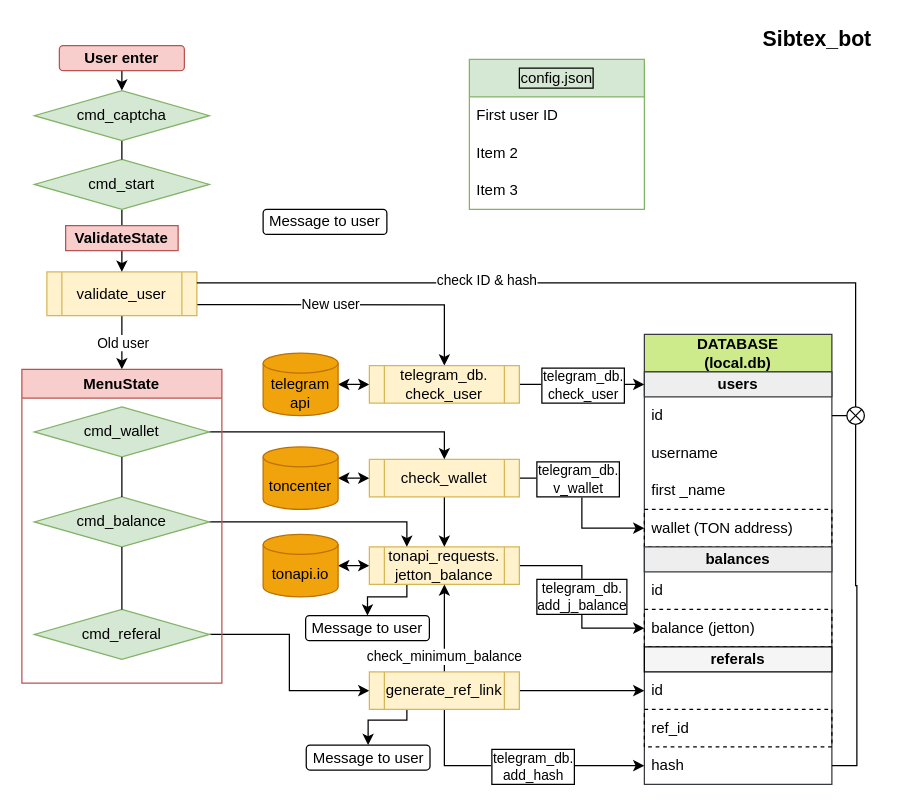
traptor/Sibton keeps this draw.io diagram as sibtex_bot.drawio. Above is the earlier version. Source tidied: cells renumbered, new cells numbered last; positions are measured from the earlier drawing's top-left corner, leaving out a move shared by most shapes. Both pictures are drawn from the tidied source at 125%, with x=0, y=0 at pixel (21, 21).
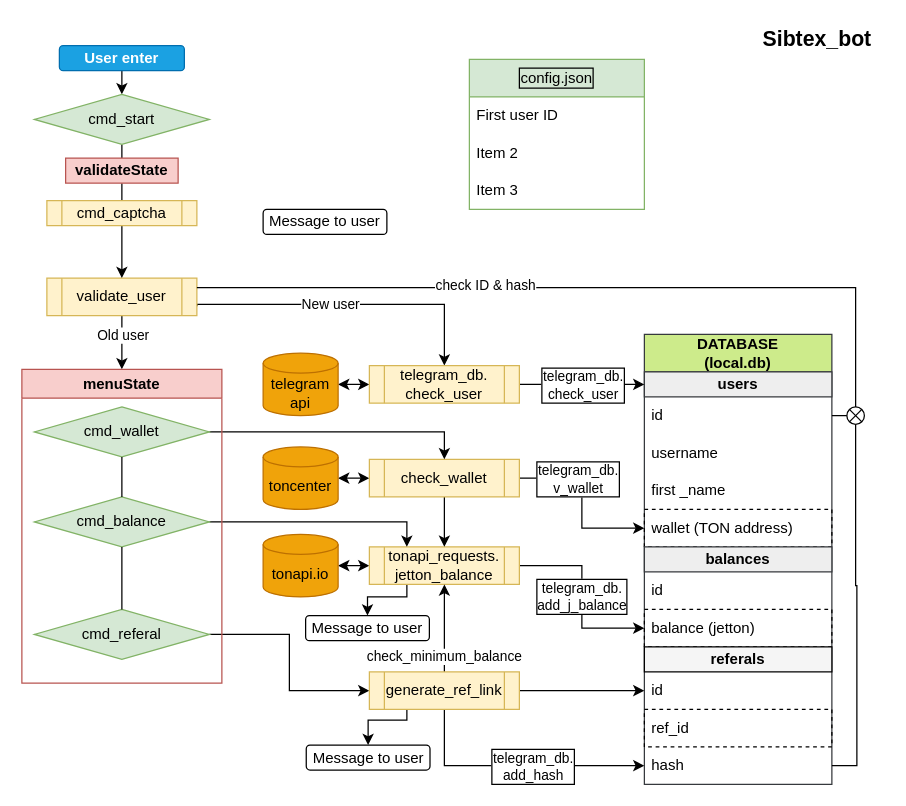
After the change.

The change refers to these unchanged cells:
```xml
<mxCell id="6" style="edgeStyle=orthogonalEdgeStyle;rounded=0;jettySize=auto;html=1;fontColor=#000000;startArrow=none;exitX=0.5;exitY=1;exitDx=0;exitDy=0;" parent="1" edge="1" source="59" target="67">
  <mxGeometry relative="1" as="geometry" />
</mxCell>
```

Change to the diagram source:
```diff
@@
-    <mxCell id="2" style="edgeStyle=orthogonalEdgeStyle;rounded=0;jettySize=auto;html=1;exitX=0.5;exitY=1;exitDx=0;exitDy=0;entryX=0.5;entryY=0;entryDx=0;entryDy=0;" parent="1" edge="1" source="3" target="53">
+    <mxCell id="2" style="edgeStyle=orthogonalEdgeStyle;rounded=0;jettySize=auto;html=1;exitX=0.5;exitY=1;exitDx=0;exitDy=0;entryX=0.5;entryY=0;entryDx=0;entryDy=0;" parent="1" edge="1" source="3" target="9">
       <mxGeometry relative="1" as="geometry" />
     </mxCell>
-    <mxCell id="3" value="&lt;b&gt;User enter&lt;/b&gt;" style="rounded=1;whiteSpace=wrap;html=1;fillColor=#f8cecc;strokeColor=#b85450;" parent="1" vertex="1">
+    <mxCell id="3" value="&lt;b&gt;User enter&lt;/b&gt;" style="rounded=1;whiteSpace=wrap;html=1;fillColor=#1ba1e2;strokeColor=#006EAF;fontColor=#ffffff;" parent="1" vertex="1">
       <mxGeometry x="30" y="19" width="100" height="20" as="geometry" />
     </mxCell>
@@
     <mxCell id="7" value="Old user" style="edgeLabel;html=1;align=center;verticalAlign=middle;fontColor=#000000;" parent="6" vertex="1">
       <mxGeometry x="0.03" y="3" relative="1" as="geometry">
-        <mxPoint x="-3" y="-1" as="offset" />
+        <mxPoint x="-3" y="-7" as="offset" />
       </mxGeometry>
     </mxCell>
-    <mxCell id="8" style="edgeStyle=orthogonalEdgeStyle;rounded=0;jettySize=auto;html=1;exitX=0.5;exitY=1;exitDx=0;exitDy=0;entryX=0.5;entryY=0;entryDx=0;entryDy=0;endArrow=none;endFill=0;" parent="1" edge="1" source="9" target="61">
+    <mxCell id="8" style="edgeStyle=elbowEdgeStyle;rounded=0;jettySize=auto;html=1;exitX=0.5;exitY=1;exitDx=0;exitDy=0;entryX=0.5;entryY=0;entryDx=0;entryDy=0;fontColor=#000000;endArrow=none;endFill=0;" parent="1" edge="1" source="9" target="61">
       <mxGeometry relative="1" as="geometry" />
     </mxCell>
     <mxCell id="9" value="cmd_start" style="rhombus;whiteSpace=wrap;html=1;labelBackgroundColor=none;labelBorderColor=none;fillColor=#d5e8d4;strokeColor=#82b366;" parent="1" vertex="1">
-      <mxGeometry x="10" y="110" width="140" height="40" as="geometry" />
+      <mxGeometry x="10" y="58" width="140" height="40" as="geometry" />
     </mxCell>
@@
-    <mxCell id="52" style="edgeStyle=orthogonalEdgeStyle;rounded=0;jettySize=auto;html=1;exitX=0.5;exitY=1;exitDx=0;exitDy=0;entryX=0.5;entryY=0;entryDx=0;entryDy=0;endArrow=none;endFill=0;" parent="1" edge="1" source="53" target="9">
-      <mxGeometry relative="1" as="geometry" />
-    </mxCell>
-    <mxCell id="53" value="cmd_captcha" style="rhombus;whiteSpace=wrap;html=1;labelBackgroundColor=none;labelBorderColor=none;fillColor=#d5e8d4;strokeColor=#82b366;" parent="1" vertex="1">
-      <mxGeometry x="10" y="55" width="140" height="40" as="geometry" />
-    </mxCell>
@@
     <mxCell id="59" value="validate_user" style="shape=process;whiteSpace=wrap;html=1;backgroundOutline=1;labelBorderColor=none;strokeColor=#d6b656;fillColor=#fff2cc;" parent="1" vertex="1">
-      <mxGeometry x="20" y="200" width="120" height="35" as="geometry" />
+      <mxGeometry x="20" y="205" width="120" height="30" as="geometry" />
     </mxCell>
-    <mxCell id="60" style="edgeStyle=orthogonalEdgeStyle;rounded=0;jettySize=auto;html=1;exitX=0.5;exitY=1;exitDx=0;exitDy=0;entryX=0.5;entryY=0;entryDx=0;entryDy=0;" parent="1" edge="1" source="61" target="59">
+    <mxCell id="60" style="edgeStyle=orthogonalEdgeStyle;rounded=0;jettySize=auto;html=1;entryX=0.5;entryY=0;entryDx=0;entryDy=0;" parent="1" edge="1" source="53" target="59">
       <mxGeometry relative="1" as="geometry" />
     </mxCell>
+    <mxCell id="73" style="edgeStyle=elbowEdgeStyle;rounded=0;jettySize=auto;html=1;exitX=0.5;exitY=1;exitDx=0;exitDy=0;fontColor=#000000;endArrow=none;endFill=0;" parent="1" edge="1" source="61" target="53">
+      <mxGeometry relative="1" as="geometry" />
+    </mxCell>
-    <mxCell id="61" value="&lt;b&gt;ValidateState&lt;/b&gt;" style="rounded=0;whiteSpace=wrap;html=1;fillColor=#f8cecc;strokeColor=#b85450;" parent="1" vertex="1">
-      <mxGeometry x="35" y="163" width="90" height="20" as="geometry" />
+    <mxCell id="61" value="&lt;b&gt;validateState&lt;/b&gt;" style="rounded=0;whiteSpace=wrap;html=1;fillColor=#f8cecc;strokeColor=#b85450;" parent="1" vertex="1">
+      <mxGeometry x="35" y="109" width="90" height="20" as="geometry" />
     </mxCell>
@@
-    <mxCell id="67" value="MenuState" style="swimlane;whiteSpace=wrap;html=1;fillColor=#f8cecc;strokeColor=#b85450;" parent="1" vertex="1">
+    <mxCell id="67" value="menuState" style="swimlane;whiteSpace=wrap;html=1;fillColor=#f8cecc;strokeColor=#b85450;" parent="1" vertex="1">
       <mxGeometry y="278" width="160" height="251" as="geometry" />
     </mxCell>
@@
+    <mxCell id="53" value="cmd_captcha" style="shape=process;whiteSpace=wrap;html=1;backgroundOutline=1;labelBorderColor=none;strokeColor=#d6b656;fillColor=#fff2cc;" parent="1" vertex="1">
+      <mxGeometry x="20" y="143" width="120" height="20" as="geometry" />
+    </mxCell>
```
